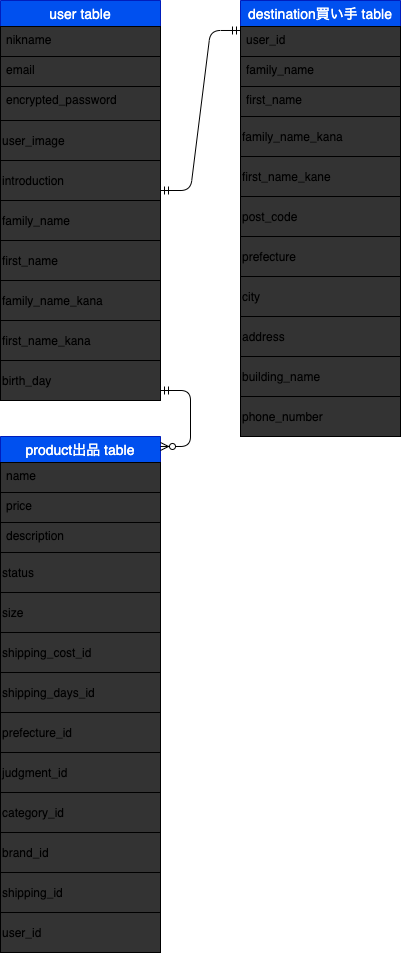
The draw.io diagram db.png in yosida0929/furima-31487, before a commit. Source tidied: cells renumbered, new cells last; positions are measured from the earlier drawing's top-left corner, leaving out a move shared by most shapes.
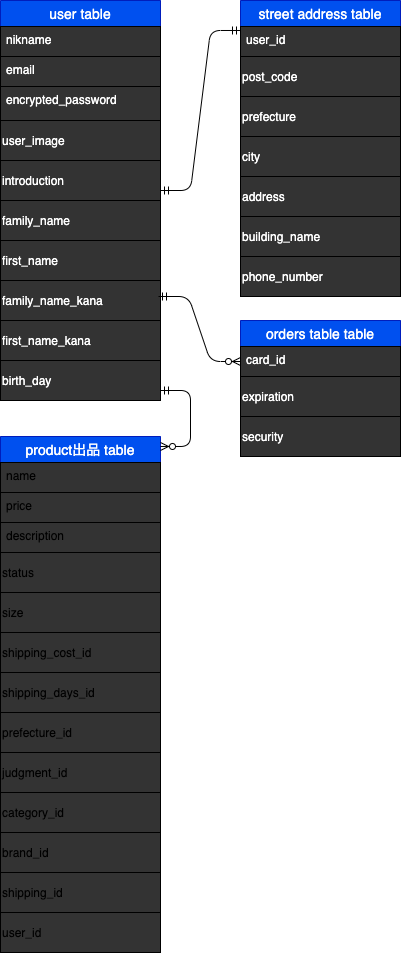
Above is the later version.

Commit message:
DB 設計 README ER図修正2

Change to the diagram source:
```diff
@@ -5,71 +5,59 @@
     <mxCell id="2" value="user table" style="swimlane;fontStyle=0;horizontal=1;startSize=26;align=center;fontSize=14;fillColor=#0050ef;strokeColor=#001DBC;fontColor=#ffffff;" parent="1" vertex="1">
       <mxGeometry width="160" height="120" as="geometry" />
     </mxCell>
-    <mxCell id="3" value="nikname" style="text;spacingLeft=4;spacingRight=4;overflow=hidden;fontSize=12;whiteSpace=wrap;fillColor=#333333;strokeColor=#000000;fontColor=#000000;" parent="2" vertex="1">
+    <mxCell id="3" value="nikname" style="text;spacingLeft=4;spacingRight=4;overflow=hidden;fontSize=12;whiteSpace=wrap;fillColor=#333333;strokeColor=#000000;fontColor=#FFFFFF;" parent="2" vertex="1">
       <mxGeometry y="26" width="160" height="30" as="geometry" />
     </mxCell>
-    <mxCell id="4" value="email" style="text;spacingLeft=4;spacingRight=4;overflow=hidden;fontSize=12;whiteSpace=wrap;fillColor=#333333;strokeColor=#000000;fontColor=#000000;" parent="2" vertex="1">
+    <mxCell id="4" value="email" style="text;spacingLeft=4;spacingRight=4;overflow=hidden;fontSize=12;whiteSpace=wrap;fillColor=#333333;strokeColor=#000000;fontColor=#FFFFFF;" parent="2" vertex="1">
       <mxGeometry y="56" width="160" height="30" as="geometry" />
     </mxCell>
-    <mxCell id="5" value="encrypted_password" style="text;spacingLeft=4;spacingRight=4;overflow=hidden;fontSize=12;whiteSpace=wrap;labelBackgroundColor=none;fillColor=#333333;strokeColor=#000000;fontColor=#000000;" parent="2" vertex="1">
+    <mxCell id="5" value="encrypted_password" style="text;spacingLeft=4;spacingRight=4;overflow=hidden;fontSize=12;whiteSpace=wrap;labelBackgroundColor=none;fillColor=#333333;strokeColor=#000000;fontColor=#FFFFFF;" parent="2" vertex="1">
       <mxGeometry y="86" width="160" height="34" as="geometry" />
     </mxCell>
-    <mxCell id="6" value="user_image" style="align=left;labelBackgroundColor=none;whiteSpace=wrap;fillColor=#333333;fontColor=#000000;strokeColor=#000000;" parent="1" vertex="1">
+    <mxCell id="6" value="user_image" style="align=left;labelBackgroundColor=none;whiteSpace=wrap;fillColor=#333333;strokeColor=#000000;fontColor=#FFFFFF;" parent="1" vertex="1">
       <mxGeometry y="120" width="160" height="40" as="geometry" />
     </mxCell>
-    <mxCell id="7" value="introduction" style="whiteSpace=wrap;align=left;fillColor=#333333;fontColor=#000000;strokeColor=#000000;" parent="1" vertex="1">
+    <mxCell id="7" value="introduction" style="whiteSpace=wrap;align=left;fillColor=#333333;strokeColor=#000000;fontColor=#FFFFFF;" parent="1" vertex="1">
       <mxGeometry y="160" width="160" height="40" as="geometry" />
     </mxCell>
-    <mxCell id="8" value="family_name" style="whiteSpace=wrap;align=left;fillColor=#333333;fontColor=#000000;strokeColor=#000000;" parent="1" vertex="1">
+    <mxCell id="8" value="family_name" style="whiteSpace=wrap;align=left;fillColor=#333333;strokeColor=#000000;fontColor=#FFFFFF;" parent="1" vertex="1">
       <mxGeometry y="200" width="160" height="40" as="geometry" />
     </mxCell>
-    <mxCell id="9" value="first_name" style="whiteSpace=wrap;align=left;fillColor=#333333;fontColor=#000000;strokeColor=#000000;" parent="1" vertex="1">
+    <mxCell id="9" value="first_name" style="whiteSpace=wrap;align=left;fillColor=#333333;strokeColor=#000000;fontColor=#FFFFFF;" parent="1" vertex="1">
       <mxGeometry y="240" width="160" height="40" as="geometry" />
     </mxCell>
-    <mxCell id="10" value="family_name_kana" style="whiteSpace=wrap;align=left;fillColor=#333333;fontColor=#000000;strokeColor=#000000;" parent="1" vertex="1">
+    <mxCell id="10" value="family_name_kana" style="whiteSpace=wrap;align=left;fillColor=#333333;strokeColor=#000000;fontColor=#FFFFFF;" parent="1" vertex="1">
       <mxGeometry y="280" width="160" height="40" as="geometry" />
     </mxCell>
-    <mxCell id="11" value="first_name_kana" style="whiteSpace=wrap;align=left;fillColor=#333333;fontColor=#000000;strokeColor=#000000;" parent="1" vertex="1">
+    <mxCell id="11" value="first_name_kana" style="whiteSpace=wrap;align=left;fillColor=#333333;strokeColor=#000000;fontColor=#FFFFFF;" parent="1" vertex="1">
       <mxGeometry y="320" width="160" height="40" as="geometry" />
     </mxCell>
-    <mxCell id="12" value="birth_day" style="whiteSpace=wrap;align=left;fillColor=#333333;fontColor=#000000;strokeColor=#000000;" parent="1" vertex="1">
+    <mxCell id="12" value="birth_day" style="whiteSpace=wrap;align=left;fillColor=#333333;strokeColor=#000000;fontColor=#FFFFFF;" parent="1" vertex="1">
       <mxGeometry y="360" width="160" height="40" as="geometry" />
     </mxCell>
-    <mxCell id="13" value="destination買い手 table" style="swimlane;fontStyle=0;horizontal=1;startSize=26;align=center;fontSize=14;fillColor=#0050ef;strokeColor=#001DBC;fontColor=#ffffff;" parent="1" vertex="1">
-      <mxGeometry x="240" width="160" height="116" as="geometry" />
+    <mxCell id="13" value="street address table" style="swimlane;fontStyle=0;horizontal=1;startSize=26;align=center;fontSize=14;fillColor=#0050ef;strokeColor=#001DBC;fontColor=#ffffff;" parent="1" vertex="1">
+      <mxGeometry x="240" width="160" height="56" as="geometry" />
     </mxCell>
-    <mxCell id="14" value="user_id" style="text;spacingLeft=4;spacingRight=4;overflow=hidden;points=[[0,0.5],[1,0.5]];portConstraint=eastwest;fontSize=12;fillColor=#333333;strokeColor=#000000;fontColor=#000000;" parent="13" vertex="1">
+    <mxCell id="14" value="user_id" style="text;spacingLeft=4;spacingRight=4;overflow=hidden;points=[[0,0.5],[1,0.5]];portConstraint=eastwest;fontSize=12;fillColor=#333333;strokeColor=#000000;fontColor=#FFFFFF;" parent="13" vertex="1">
       <mxGeometry y="26" width="160" height="30" as="geometry" />
     </mxCell>
-    <mxCell id="15" value="family_name" style="text;spacingLeft=4;spacingRight=4;overflow=hidden;fontSize=12;fillColor=#333333;strokeColor=#000000;fontColor=#000000;" parent="13" vertex="1">
-      <mxGeometry y="56" width="160" height="30" as="geometry" />
-    </mxCell>
-    <mxCell id="16" value="first_name" style="text;spacingLeft=4;spacingRight=4;overflow=hidden;fontSize=12;fillColor=#333333;strokeColor=#000000;fontColor=#000000;" parent="13" vertex="1">
-      <mxGeometry y="86" width="160" height="30" as="geometry" />
-    </mxCell>
-    <mxCell id="17" value="family_name_kana" style="whiteSpace=wrap;align=left;gradientColor=none;fillColor=#333333;strokeColor=#000000;fontColor=#000000;" parent="1" vertex="1">
-      <mxGeometry x="240" y="116" width="160" height="40" as="geometry" />
-    </mxCell>
-    <mxCell id="18" value="first_name_kane" style="whiteSpace=wrap;align=left;gradientColor=none;fillColor=#333333;strokeColor=#000000;fontColor=#000000;" parent="1" vertex="1">
-      <mxGeometry x="240" y="156" width="160" height="40" as="geometry" />
-    </mxCell>
-    <mxCell id="19" value="post_code" style="whiteSpace=wrap;align=left;gradientColor=none;fillColor=#333333;strokeColor=#000000;fontColor=#000000;" parent="1" vertex="1">
-      <mxGeometry x="240" y="196" width="160" height="40" as="geometry" />
+    <mxCell id="19" value="post_code" style="whiteSpace=wrap;align=left;gradientColor=none;fillColor=#333333;strokeColor=#000000;fontColor=#FFFFFF;" parent="1" vertex="1">
+      <mxGeometry x="240" y="56" width="160" height="40" as="geometry" />
     </mxCell>
-    <mxCell id="20" value="prefecture" style="whiteSpace=wrap;align=left;gradientColor=none;fillColor=#333333;strokeColor=#000000;fontColor=#000000;" parent="1" vertex="1">
-      <mxGeometry x="240" y="236" width="160" height="40" as="geometry" />
+    <mxCell id="20" value="prefecture" style="whiteSpace=wrap;align=left;gradientColor=none;fillColor=#333333;strokeColor=#000000;fontColor=#FFFFFF;" parent="1" vertex="1">
+      <mxGeometry x="240" y="96" width="160" height="40" as="geometry" />
     </mxCell>
-    <mxCell id="21" value="city" style="whiteSpace=wrap;align=left;gradientColor=none;fillColor=#333333;strokeColor=#000000;fontColor=#000000;" parent="1" vertex="1">
-      <mxGeometry x="240" y="276" width="160" height="40" as="geometry" />
+    <mxCell id="21" value="city" style="whiteSpace=wrap;align=left;gradientColor=none;fillColor=#333333;strokeColor=#000000;fontColor=#FFFFFF;" parent="1" vertex="1">
+      <mxGeometry x="240" y="136" width="160" height="40" as="geometry" />
     </mxCell>
-    <mxCell id="22" value="address " style="whiteSpace=wrap;align=left;gradientColor=none;fillColor=#333333;strokeColor=#000000;fontColor=#000000;" parent="1" vertex="1">
-      <mxGeometry x="240" y="316" width="160" height="40" as="geometry" />
+    <mxCell id="22" value="address " style="whiteSpace=wrap;align=left;gradientColor=none;fillColor=#333333;strokeColor=#000000;fontColor=#FFFFFF;" parent="1" vertex="1">
+      <mxGeometry x="240" y="176" width="160" height="40" as="geometry" />
     </mxCell>
-    <mxCell id="23" value="building_name" style="whiteSpace=wrap;align=left;gradientColor=none;fillColor=#333333;strokeColor=#000000;fontColor=#000000;" parent="1" vertex="1">
-      <mxGeometry x="240" y="356" width="160" height="40" as="geometry" />
+    <mxCell id="23" value="building_name" style="whiteSpace=wrap;align=left;gradientColor=none;fillColor=#333333;strokeColor=#000000;fontColor=#FFFFFF;" parent="1" vertex="1">
+      <mxGeometry x="240" y="216" width="160" height="40" as="geometry" />
     </mxCell>
-    <mxCell id="24" value="phone_number" style="whiteSpace=wrap;align=left;gradientColor=none;fillColor=#333333;strokeColor=#000000;fontColor=#000000;" parent="1" vertex="1">
-      <mxGeometry x="240" y="396" width="160" height="40" as="geometry" />
+    <mxCell id="24" value="phone_number" style="whiteSpace=wrap;align=left;gradientColor=none;fillColor=#333333;strokeColor=#000000;fontColor=#FFFFFF;" parent="1" vertex="1">
+      <mxGeometry x="240" y="256" width="160" height="40" as="geometry" />
     </mxCell>
     <mxCell id="25" value="product出品 table" style="swimlane;fontStyle=0;horizontal=1;startSize=26;align=center;fontSize=14;fillColor=#0050ef;strokeColor=#001DBC;fontColor=#ffffff;" parent="1" vertex="1">
       <mxGeometry y="436" width="160" height="116" as="geometry" />
@@ -121,5 +109,22 @@
     <mxCell id="40" style="edgeStyle=entityRelationEdgeStyle;fontSize=12;html=1;endArrow=ERzeroToMany;startArrow=ERmandOne;verticalAlign=middle;exitX=1;exitY=0.75;exitDx=0;exitDy=0;entryX=1;entryY=0.086;entryDx=0;entryDy=0;entryPerimeter=0;" parent="1" edge="1" source="12" target="25">
       <mxGeometry relative="1" as="geometry" />
     </mxCell>
+    <mxCell id="41" value="orders table table" style="swimlane;fontStyle=0;horizontal=1;startSize=26;align=center;fontSize=14;fillColor=#0050ef;strokeColor=#001DBC;fontColor=#ffffff;" parent="1" vertex="1">
+      <mxGeometry x="240" y="320" width="160" height="56" as="geometry" />
+    </mxCell>
+    <mxCell id="42" value="card_id" style="text;spacingLeft=4;spacingRight=4;overflow=hidden;points=[[0,0.5],[1,0.5]];portConstraint=eastwest;fontSize=12;fillColor=#333333;strokeColor=#000000;fontColor=#FFFFFF;" parent="41" vertex="1">
+      <mxGeometry y="26" width="160" height="30" as="geometry" />
+    </mxCell>
+    <mxCell id="43" value="expiration" style="whiteSpace=wrap;align=left;gradientColor=none;fillColor=#333333;strokeColor=#000000;fontColor=#FFFFFF;" parent="1" vertex="1">
+      <mxGeometry x="240" y="376" width="160" height="40" as="geometry" />
+    </mxCell>
+    <mxCell id="44" value="security" style="whiteSpace=wrap;align=left;gradientColor=none;fillColor=#333333;strokeColor=#000000;fontColor=#FFFFFF;" parent="1" vertex="1">
+      <mxGeometry x="240" y="416" width="160" height="40" as="geometry" />
+    </mxCell>
+    <mxCell id="45" style="edgeStyle=entityRelationEdgeStyle;fontSize=12;html=1;endArrow=ERzeroToMany;startArrow=ERmandOne;verticalAlign=middle;exitX=1;exitY=0.75;exitDx=0;exitDy=0;" parent="1" edge="1" target="42">
+      <mxGeometry relative="1" as="geometry">
+        <mxPoint x="158" y="296" as="sourcePoint" />
+      </mxGeometry>
+    </mxCell>
   </root>
 </mxGraphModel>
```
